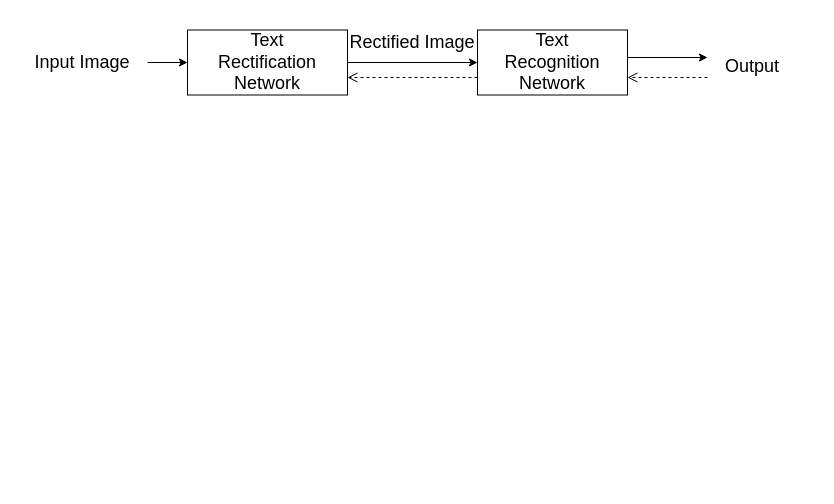
Dong-J93/_pictures keeps this draw.io diagram as 开题报告.drawio. Above is the earlier version. Source tidied: cells renumbered, new cells numbered last; positions are measured from the earlier drawing's top-left corner, leaving out a move shared by most shapes. Both pictures are drawn from the tidied source at 100%, with x=0, y=0 at pixel (17, 17).
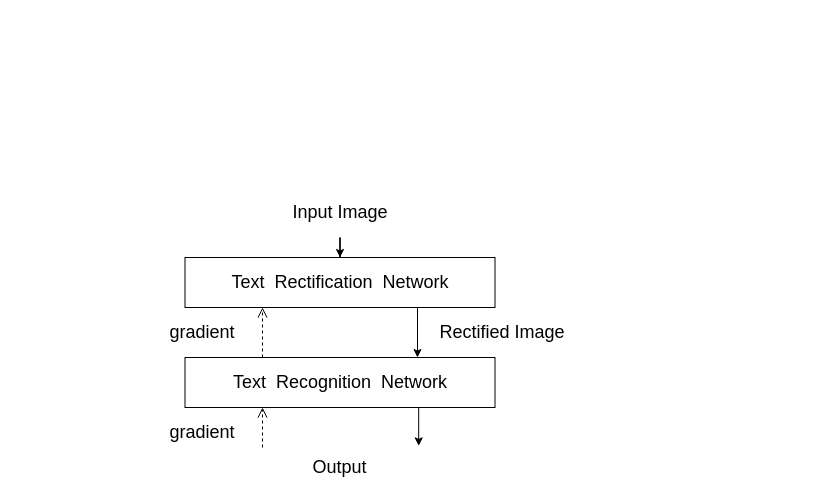
Above is the later version.

Commit message:
更新开题报告.drawio

Diff of the diagram source:
```diff
@@
 <mxGraphModel>
   <root>
     <mxCell id="0" />
     <mxCell id="1" parent="0" />
-    <mxCell id="2" style="edgeStyle=orthogonalEdgeStyle;rounded=0;jettySize=auto;html=1;fontSize=18;" parent="1" edge="1" source="3" target="5">
+    <mxCell id="2" style="edgeStyle=orthogonalEdgeStyle;rounded=0;jettySize=auto;html=1;" parent="1" edge="1" source="3" target="5">
       <mxGeometry relative="1" as="geometry" />
     </mxCell>
     <mxCell id="3" value="&lt;font style=&quot;font-size: 18px;&quot;&gt;Input Image&lt;/font&gt;" style="text;html=1;strokeColor=none;fillColor=none;align=center;verticalAlign=middle;whiteSpace=wrap;rounded=0;" parent="1" vertex="1">
-      <mxGeometry y="20" width="130" height="50" as="geometry" />
+      <mxGeometry x="257.5" y="170" width="130" height="50" as="geometry" />
     </mxCell>
+    <mxCell id="8" style="html=1;verticalAlign=bottom;endArrow=open;dashed=1;endSize=8;rounded=0;fontSize=18;exitX=0.25;exitY=0;exitDx=0;exitDy=0;entryX=0.25;entryY=1;entryDx=0;entryDy=0;" parent="1" edge="1" source="7" target="5">
+      <mxGeometry relative="1" as="geometry" />
+    </mxCell>
+    <mxCell id="10" value="Output" style="text;html=1;strokeColor=none;fillColor=none;align=center;verticalAlign=middle;whiteSpace=wrap;rounded=0;fontSize=18;" parent="1" vertex="1">
+      <mxGeometry x="191.2" y="430" width="262.5" height="40" as="geometry" />
+    </mxCell>
+    <mxCell id="11" style="html=1;verticalAlign=bottom;endArrow=open;dashed=1;endSize=8;rounded=0;fontSize=18;entryX=0.25;entryY=1;entryDx=0;entryDy=0;" parent="1" edge="1" target="7">
+      <mxGeometry relative="1" as="geometry">
+        <mxPoint x="245" y="430" as="sourcePoint" />
+      </mxGeometry>
+    </mxCell>
+    <mxCell id="12" style="edgeStyle=orthogonalEdgeStyle;rounded=0;jettySize=auto;html=1;exitX=0.75;exitY=1;exitDx=0;exitDy=0;entryX=0.8;entryY=-0.041;entryDx=0;entryDy=0;entryPerimeter=0;" parent="1" edge="1" source="7" target="10">
+      <mxGeometry relative="1" as="geometry" />
+    </mxCell>
-    <mxCell id="4" style="edgeStyle=orthogonalEdgeStyle;rounded=0;jettySize=auto;html=1;fontSize=18;" parent="1" edge="1" source="5" target="7">
+    <mxCell id="4" style="edgeStyle=orthogonalEdgeStyle;rounded=0;jettySize=auto;html=1;exitX=0.75;exitY=1;exitDx=0;exitDy=0;entryX=0.75;entryY=0;entryDx=0;entryDy=0;" parent="1" edge="1" source="5" target="7">
       <mxGeometry relative="1" as="geometry" />
     </mxCell>
-    <mxCell id="5" value="Text&lt;br&gt;Rectification&lt;br&gt;Network" style="whiteSpace=wrap;html=1;fontSize=18;" parent="1" vertex="1">
-      <mxGeometry x="170" y="12.5" width="160" height="65" as="geometry" />
+    <mxCell id="5" value="Text&amp;nbsp; Rectification&amp;nbsp; Network" style="whiteSpace=wrap;html=1;fontSize=18;" parent="1" vertex="1">
+      <mxGeometry x="167.5" y="240" width="310" height="50" as="geometry" />
     </mxCell>
-    <mxCell id="6" style="edgeStyle=orthogonalEdgeStyle;rounded=0;jettySize=auto;html=1;fontSize=18;" parent="1" edge="1" source="7">
-      <mxGeometry relative="1" as="geometry">
-        <mxPoint x="690" y="40" as="targetPoint" />
-        <Array as="points">
-          <mxPoint x="690" y="40" />
-        </Array>
-      </mxGeometry>
-    </mxCell>
+    <mxCell id="9" value="&lt;font style=&quot;font-size: 18px;&quot;&gt;Rectified Image&lt;/font&gt;" style="text;html=1;strokeColor=none;fillColor=none;align=center;verticalAlign=middle;whiteSpace=wrap;rounded=0;" parent="1" vertex="1">
+      <mxGeometry x="420" y="290" width="130" height="50" as="geometry" />
+    </mxCell>
+    <mxCell id="13" value="&lt;font style=&quot;font-size: 18px;&quot;&gt;gradient&lt;/font&gt;" style="text;html=1;strokeColor=none;fillColor=none;align=center;verticalAlign=middle;whiteSpace=wrap;rounded=0;" parent="1" vertex="1">
+      <mxGeometry x="120" y="290" width="130" height="50" as="geometry" />
+    </mxCell>
-    <mxCell id="7" value="Text&lt;br&gt;Recognition&lt;br&gt;Network" style="whiteSpace=wrap;html=1;fontSize=18;" parent="1" vertex="1">
-      <mxGeometry x="460" y="12.5" width="150" height="65" as="geometry" />
+    <mxCell id="7" value="Text&amp;nbsp; Recognition&amp;nbsp; Network" style="whiteSpace=wrap;html=1;fontSize=18;" parent="1" vertex="1">
+      <mxGeometry x="167.5" y="340" width="310" height="50" as="geometry" />
     </mxCell>
-    <mxCell id="8" style="html=1;verticalAlign=bottom;endArrow=open;dashed=1;endSize=8;rounded=0;fontSize=18;" parent="1" edge="1">
-      <mxGeometry relative="1" as="geometry">
-        <mxPoint x="460" y="60" as="sourcePoint" />
-        <mxPoint x="330" y="60" as="targetPoint" />
-      </mxGeometry>
-    </mxCell>
-    <mxCell id="9" value="&lt;font style=&quot;font-size: 18px;&quot;&gt;Rectified Image&lt;/font&gt;" style="text;html=1;strokeColor=none;fillColor=none;align=center;verticalAlign=middle;whiteSpace=wrap;rounded=0;" parent="1" vertex="1">
-      <mxGeometry x="330" width="130" height="50" as="geometry" />
-    </mxCell>
-    <mxCell id="10" value="Output" style="text;html=1;strokeColor=none;fillColor=none;align=center;verticalAlign=middle;whiteSpace=wrap;rounded=0;fontSize=18;" parent="1" vertex="1">
-      <mxGeometry x="670" y="27.5" width="130" height="42.5" as="geometry" />
-    </mxCell>
-    <mxCell id="11" style="html=1;verticalAlign=bottom;endArrow=open;dashed=1;endSize=8;rounded=0;fontSize=18;" parent="1" edge="1">
-      <mxGeometry relative="1" as="geometry">
-        <mxPoint x="690" y="60" as="sourcePoint" />
-        <mxPoint x="610" y="60" as="targetPoint" />
-      </mxGeometry>
-    </mxCell>
+    <mxCell id="14" value="&lt;font style=&quot;font-size: 18px;&quot;&gt;gradient&lt;/font&gt;" style="text;html=1;strokeColor=none;fillColor=none;align=center;verticalAlign=middle;whiteSpace=wrap;rounded=0;" parent="1" vertex="1">
+      <mxGeometry x="120" y="390" width="130" height="50" as="geometry" />
+    </mxCell>
   </root>
 </mxGraphModel>
```
